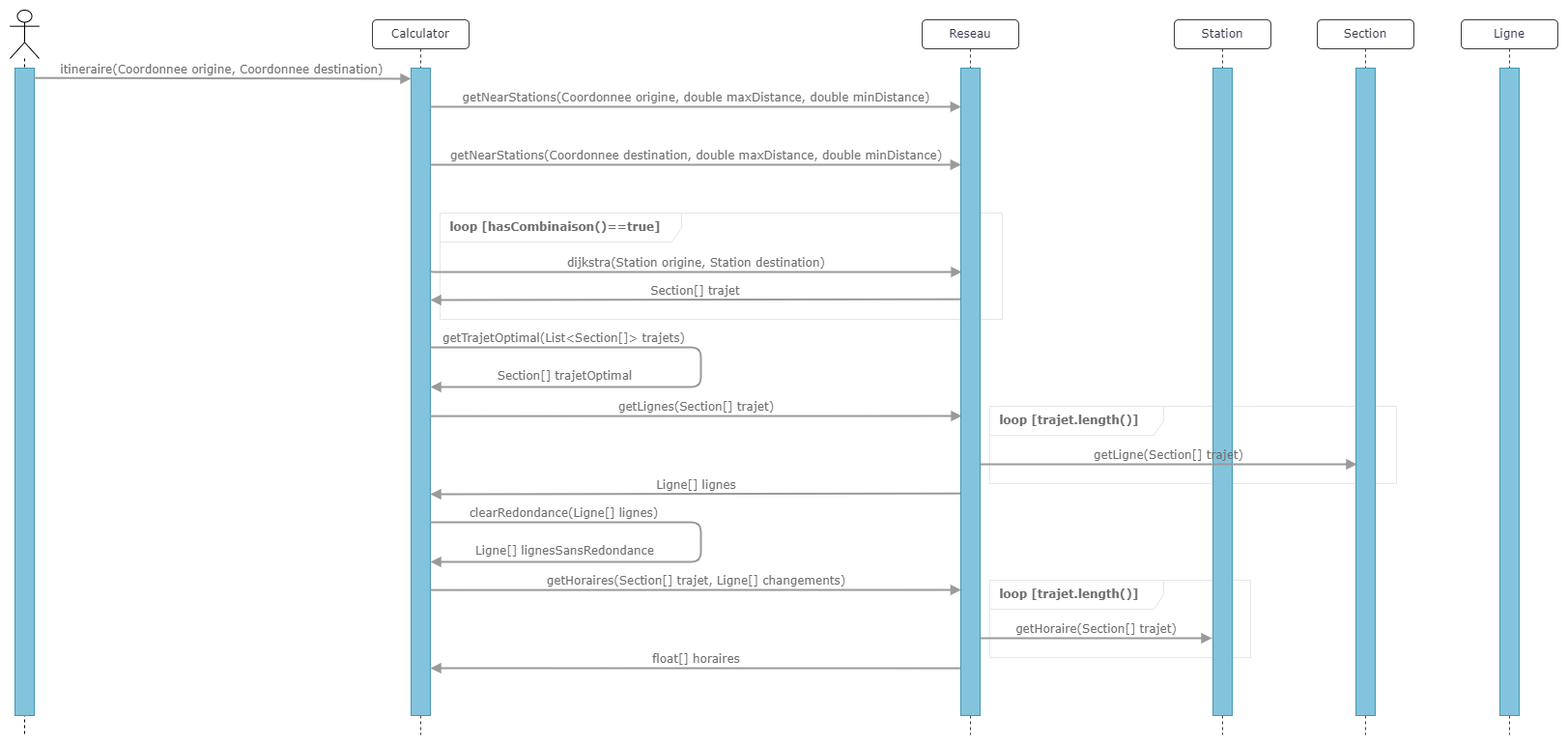
DanyHamimi/MapMyWay keeps this draw.io diagram as Diagrammes/Calcul itinéraire.png. Above is the earlier version. Source tidied: cells renumbered, new cells last; positions are measured from the earlier drawing's top-left corner, leaving out a move shared by most shapes.
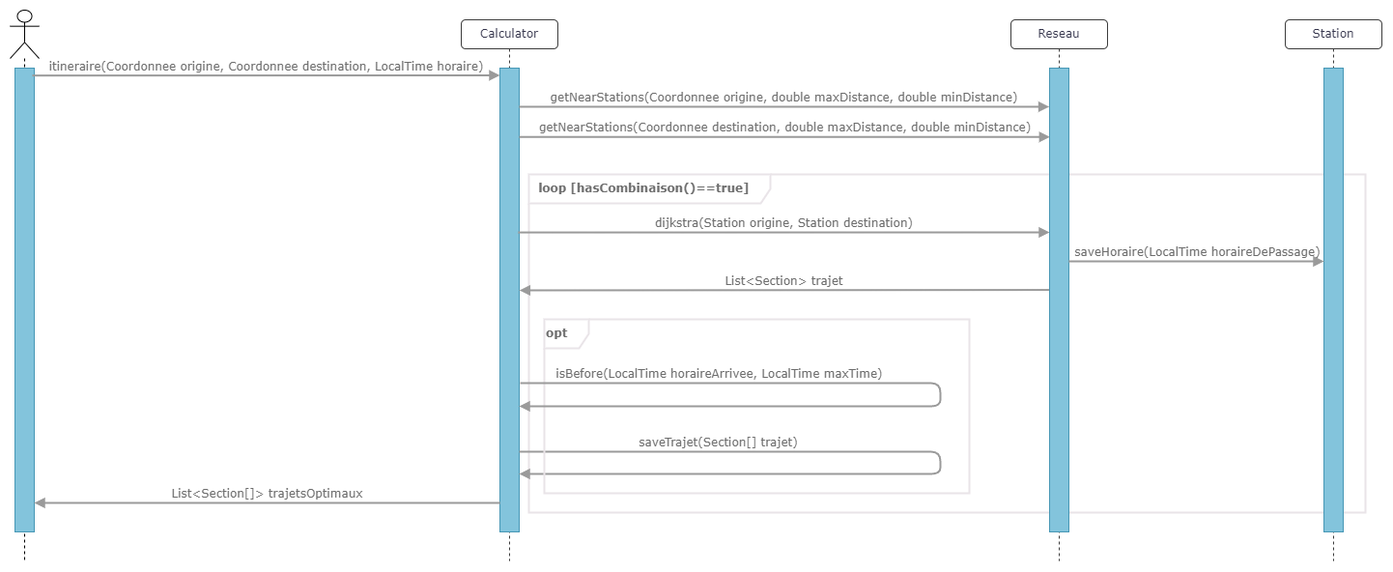
Above is the later version.

Commit message:
Update diagrammes de séquence

Diff of the diagram source:
```diff
@@ -2,140 +2,93 @@
   <root>
     <mxCell id="0" />
     <mxCell id="1" parent="0" />
-    <mxCell id="2" value="&lt;b&gt;&amp;nbsp; loop [trajet.length()]&lt;/b&gt;" style="shape=umlFrame;whiteSpace=wrap;html=1;rounded=1;labelBackgroundColor=none;width=180;height=30;strokeColor=#e9e4e8;fontColor=#6d6d6d;align=left;fontFamily=Verdana;" parent="1" vertex="1">
-      <mxGeometry x="1014" y="590" width="270" height="80" as="geometry" />
-    </mxCell>
-    <mxCell id="3" value="&lt;b&gt;&amp;nbsp; loop [hasCombinaison()==true]&lt;/b&gt;" style="shape=umlFrame;whiteSpace=wrap;html=1;rounded=1;labelBackgroundColor=none;width=250;height=30;strokeColor=#e9e4e8;fontColor=#6d6d6d;align=left;fontFamily=Verdana;" parent="1" vertex="1">
-      <mxGeometry x="445" y="210" width="582" height="110" as="geometry" />
+    <mxCell id="3" value="&lt;b&gt;&amp;nbsp; loop [hasCombinaison()==true]&lt;/b&gt;" style="shape=umlFrame;whiteSpace=wrap;html=1;rounded=1;labelBackgroundColor=none;width=250;height=30;strokeColor=#e9e4e8;fontColor=#6d6d6d;align=left;fontFamily=Verdana;strokeWidth=2;" parent="1" vertex="1">
+      <mxGeometry x="499" y="170" width="866" height="350" as="geometry" />
     </mxCell>
     <mxCell id="4" value="Reseau" style="shape=umlLifeline;perimeter=lifelinePerimeter;whiteSpace=wrap;html=1;rounded=1;shadow=0;comic=0;labelBackgroundColor=none;strokeWidth=1;fontFamily=Verdana;fontSize=12;align=center;size=30;strokeColor=#3c3c3c;fontColor=#35354c;" parent="1" vertex="1">
-      <mxGeometry x="944" y="10" width="100" height="740" as="geometry" />
+      <mxGeometry x="998" y="10" width="100" height="560" as="geometry" />
     </mxCell>
     <mxCell id="5" value="Station" style="shape=umlLifeline;perimeter=lifelinePerimeter;whiteSpace=wrap;html=1;rounded=1;shadow=0;comic=0;labelBackgroundColor=none;strokeWidth=1;fontFamily=Verdana;fontSize=12;align=center;size=30;fontColor=#35354c;strokeColor=#3c3c3c;" parent="1" vertex="1">
-      <mxGeometry x="1205" y="10" width="100" height="740" as="geometry" />
+      <mxGeometry x="1282" y="10" width="100" height="560" as="geometry" />
     </mxCell>
-    <mxCell id="6" value="&lt;b&gt;&amp;nbsp; loop [trajet.length()]&lt;/b&gt;" style="shape=umlFrame;whiteSpace=wrap;html=1;rounded=1;labelBackgroundColor=none;width=180;height=30;strokeColor=#e9e4e8;fontColor=#6d6d6d;align=left;fontFamily=Verdana;" parent="5" vertex="1">
-      <mxGeometry x="-191" y="400" width="421" height="80" as="geometry" />
-    </mxCell>
     <mxCell id="7" style="html=1;points=[];perimeter=orthogonalPerimeter;rounded=0;shadow=0;comic=0;labelBackgroundColor=none;strokeWidth=1;fontFamily=Verdana;fontSize=12;align=center;fillColor=#83c4dc;strokeColor=#4697b5;fontColor=default;glass=0;" parent="5" vertex="1">
-      <mxGeometry x="40" y="50" width="20" height="670" as="geometry" />
+      <mxGeometry x="40" y="50" width="20" height="480" as="geometry" />
     </mxCell>
-    <mxCell id="8" value="getLigne(Section[] trajet)" style="html=1;verticalAlign=bottom;endArrow=block;labelBackgroundColor=none;fontFamily=Verdana;fontSize=12;edgeStyle=elbowEdgeStyle;elbow=vertical;strokeColor=#9a9a9a;fontColor=#6d6d6d;fillColor=#bac8d3;strokeWidth=2;" parent="5" edge="1">
-      <mxGeometry relative="1" as="geometry">
-        <mxPoint x="-201" y="460" as="sourcePoint" />
-        <mxPoint x="189" y="460" as="targetPoint" />
-      </mxGeometry>
-    </mxCell>
-    <mxCell id="9" value="Ligne" style="shape=umlLifeline;perimeter=lifelinePerimeter;whiteSpace=wrap;html=1;rounded=1;shadow=0;comic=0;labelBackgroundColor=none;strokeWidth=1;fontFamily=Verdana;fontSize=12;align=center;size=30;strokeColor=#3c3c3c;fontColor=#35354c;" parent="1" vertex="1">
-      <mxGeometry x="1502" y="10" width="100" height="740" as="geometry" />
-    </mxCell>
-    <mxCell id="10" value="Section" style="shape=umlLifeline;perimeter=lifelinePerimeter;whiteSpace=wrap;html=1;rounded=1;shadow=0;comic=0;labelBackgroundColor=none;strokeWidth=1;fontFamily=Verdana;fontSize=12;align=center;size=30;strokeColor=#3c3c3c;fontColor=#35354c;" parent="1" vertex="1">
-      <mxGeometry x="1353" y="10" width="100" height="740" as="geometry" />
-    </mxCell>
     <mxCell id="11" value="Calculator" style="shape=umlLifeline;perimeter=lifelinePerimeter;whiteSpace=wrap;html=1;rounded=1;shadow=0;comic=0;labelBackgroundColor=none;strokeWidth=1;fontFamily=Verdana;fontSize=12;align=center;size=30;strokeColor=#3c3c3c;fontColor=#35354c;" parent="1" vertex="1">
-      <mxGeometry x="375" y="10" width="100" height="740" as="geometry" />
+      <mxGeometry x="429" y="10" width="100" height="560" as="geometry" />
     </mxCell>
     <mxCell id="12" style="html=1;points=[];perimeter=orthogonalPerimeter;rounded=0;shadow=0;comic=0;labelBackgroundColor=none;strokeWidth=1;fontFamily=Verdana;fontSize=12;align=center;fillColor=#83c4dc;strokeColor=#4697b5;glass=0;" parent="11" vertex="1">
-      <mxGeometry x="40" y="50" width="20" height="670" as="geometry" />
+      <mxGeometry x="40" y="50" width="20" height="480" as="geometry" />
     </mxCell>
-    <mxCell id="13" value="getTrajetOptimal(List&amp;lt;Section[]&amp;gt; trajets)" style="html=1;verticalAlign=bottom;endArrow=block;labelBackgroundColor=none;fontFamily=Verdana;fontSize=12;edgeStyle=orthogonalEdgeStyle;elbow=vertical;strokeColor=#9a9a9a;fontColor=#6d6d6d;fillColor=#bac8d3;strokeWidth=2;" parent="11" edge="1" source="12">
+    <mxCell id="13" value="saveTrajet(Section[] trajet)" style="html=1;verticalAlign=bottom;endArrow=block;labelBackgroundColor=none;fontFamily=Verdana;fontSize=12;edgeStyle=orthogonalEdgeStyle;elbow=vertical;strokeColor=#9a9a9a;fontColor=#6d6d6d;fillColor=#bac8d3;strokeWidth=2;" parent="11" edge="1" target="12">
       <mxGeometry x="-0.54" relative="1" as="geometry">
-        <mxPoint x="60" y="380" as="targetPoint" />
+        <mxPoint x="60" y="447" as="sourcePoint" />
         <Array as="points">
-          <mxPoint x="340" y="339" />
-          <mxPoint x="340" y="380" />
+          <mxPoint x="496" y="447" />
+          <mxPoint x="496" y="470" />
         </Array>
       </mxGeometry>
     </mxCell>
-    <mxCell id="14" value="Section[] trajetOptimal" style="edgeLabel;html=1;align=center;verticalAlign=bottom;fontSize=12;fontFamily=Verdana;fontColor=#6d6d6d;labelBackgroundColor=none;" parent="13" vertex="1">
-      <mxGeometry x="0.43" y="2" relative="1" as="geometry">
-        <mxPoint x="-32" y="-5" as="offset" />
-      </mxGeometry>
-    </mxCell>
-    <mxCell id="15" style="html=1;perimeter=orthogonalPerimeter;rounded=0;shadow=0;comic=0;labelBackgroundColor=none;strokeWidth=1;fontFamily=Verdana;fontSize=12;align=center;fillColor=#83c4dc;strokeColor=#4697b5;fontColor=default;glass=0;" parent="1" vertex="1">
-      <mxGeometry x="1542" y="60" width="20" height="670" as="geometry" />
-    </mxCell>
-    <mxCell id="16" style="html=1;perimeter=orthogonalPerimeter;rounded=0;shadow=0;comic=0;labelBackgroundColor=none;strokeWidth=1;fontFamily=Verdana;fontSize=12;align=center;fillColor=#83c4dc;strokeColor=#4697b5;fontColor=default;glass=0;" parent="1" vertex="1">
-      <mxGeometry x="1393" y="60" width="20" height="670" as="geometry" />
-    </mxCell>
-    <mxCell id="17" value="getNearStations(Coordonnee origine, double maxDistance, double minDistance)" style="html=1;verticalAlign=bottom;endArrow=block;labelBackgroundColor=none;fontFamily=Verdana;fontSize=12;edgeStyle=elbowEdgeStyle;elbow=vertical;strokeColor=#9a9a9a;fontColor=#6d6d6d;fillColor=#bac8d3;strokeWidth=2;entryX=0.019;entryY=0.06;entryDx=0;entryDy=0;entryPerimeter=0;" parent="1" edge="1" target="31">
+    <mxCell id="17" value="getNearStations(Coordonnee origine, double maxDistance, double minDistance)" style="html=1;verticalAlign=bottom;endArrow=block;labelBackgroundColor=none;fontFamily=Verdana;fontSize=12;edgeStyle=elbowEdgeStyle;elbow=vertical;strokeColor=#9a9a9a;fontColor=#6d6d6d;fillColor=#bac8d3;strokeWidth=2;entryX=-0.022;entryY=0.083;entryDx=0;entryDy=0;entryPerimeter=0;" parent="1" edge="1" target="31">
       <mxGeometry relative="1" as="geometry">
-        <mxPoint x="435" y="100" as="sourcePoint" />
+        <mxPoint x="489" y="100" as="sourcePoint" />
         <Array as="points">
-          <mxPoint x="775" y="100" />
+          <mxPoint x="829" y="100" />
         </Array>
       </mxGeometry>
     </mxCell>
-    <mxCell id="18" value="dijkstra(Station origine, Station destination)" style="html=1;verticalAlign=bottom;endArrow=block;labelBackgroundColor=none;fontFamily=Verdana;fontSize=12;edgeStyle=elbowEdgeStyle;elbow=vertical;strokeColor=#9a9a9a;fontColor=#6d6d6d;fillColor=#bac8d3;strokeWidth=2;entryX=0.053;entryY=0.315;entryDx=0;entryDy=0;entryPerimeter=0;" parent="1" edge="1" target="31">
+    <mxCell id="18" value="dijkstra(Station origine, Station destination)" style="html=1;verticalAlign=bottom;endArrow=block;labelBackgroundColor=none;fontFamily=Verdana;fontSize=12;edgeStyle=elbowEdgeStyle;elbow=vertical;strokeColor=#9a9a9a;fontColor=#6d6d6d;fillColor=#bac8d3;strokeWidth=2;entryX=0.053;entryY=0.315;entryDx=0;entryDy=0;entryPerimeter=0;" parent="1" edge="1">
       <mxGeometry relative="1" as="geometry">
-        <mxPoint x="435" y="270" as="sourcePoint" />
+        <mxPoint x="487.9" y="230.1" as="sourcePoint" />
+        <mxPoint x="1038" y="230.1" as="targetPoint" />
       </mxGeometry>
     </mxCell>
     <mxCell id="19" style="shape=umlLifeline;perimeter=lifelinePerimeter;newEdgeStyle={&quot;edgeStyle&quot;:&quot;elbowEdgeStyle&quot;,&quot;elbow&quot;:&quot;vertical&quot;,&quot;curved&quot;:0,&quot;rounded&quot;:0};participant=umlActor;fontFamily=Verdana;size=50;verticalAlign=bottom;whiteSpace=wrap;html=1;spacing=0;spacingLeft=0;spacingBottom=-20;" parent="1" vertex="1">
-      <mxGeometry width="30" height="750" as="geometry" />
+      <mxGeometry x="-38" width="30" height="570" as="geometry" />
     </mxCell>
     <mxCell id="20" style="html=1;points=[];perimeter=orthogonalPerimeter;rounded=0;shadow=0;comic=0;labelBackgroundColor=none;strokeWidth=1;fontFamily=Verdana;fontSize=12;align=center;fillColor=#83c4dc;strokeColor=#4697b5;glass=0;" parent="1" vertex="1">
-      <mxGeometry x="5" y="60" width="20" height="670" as="geometry" />
+      <mxGeometry x="-33" y="60" width="20" height="480" as="geometry" />
     </mxCell>
-    <mxCell id="21" value="itineraire(Coordonnee origine, Coordonnee destination)" style="html=1;verticalAlign=bottom;endArrow=block;labelBackgroundColor=none;fontFamily=Verdana;fontSize=12;edgeStyle=elbowEdgeStyle;elbow=vertical;strokeColor=#9a9a9a;fontColor=#6d6d6d;fillColor=#bac8d3;strokeWidth=2;" parent="1" edge="1">
-      <mxGeometry relative="1" as="geometry">
-        <mxPoint x="25" y="70.2" as="sourcePoint" />
-        <mxPoint x="415" y="71" as="targetPoint" />
-      </mxGeometry>
+    <mxCell id="21" value="itineraire(Coordonnee origine, Coordonnee destination, LocalTime horaire)" style="html=1;verticalAlign=bottom;endArrow=block;labelBackgroundColor=none;fontFamily=Verdana;fontSize=12;edgeStyle=elbowEdgeStyle;elbow=vertical;strokeColor=#9a9a9a;fontColor=#6d6d6d;fillColor=#bac8d3;strokeWidth=2;exitX=0.9;exitY=0.016;exitDx=0;exitDy=0;exitPerimeter=0;" parent="1" edge="1" source="20" target="12">
+      <mxGeometry relative="1" as="geometry" />
     </mxCell>
-    <mxCell id="22" value="getNearStations(Coordonnee destination, double maxDistance, double minDistance)" style="html=1;verticalAlign=bottom;endArrow=block;labelBackgroundColor=none;fontFamily=Verdana;fontSize=12;edgeStyle=elbowEdgeStyle;elbow=vertical;strokeColor=#9a9a9a;fontColor=#6d6d6d;fillColor=#bac8d3;strokeWidth=2;entryX=0.019;entryY=0.148;entryDx=0;entryDy=0;entryPerimeter=0;" parent="1" edge="1" target="31">
-      <mxGeometry relative="1" as="geometry">
-        <mxPoint x="435" y="160" as="sourcePoint" />
-      </mxGeometry>
+    <mxCell id="22" value="getNearStations(Coordonnee destination, double maxDistance, double minDistance)" style="html=1;verticalAlign=bottom;endArrow=block;labelBackgroundColor=none;fontFamily=Verdana;fontSize=12;edgeStyle=elbowEdgeStyle;elbow=vertical;strokeColor=#9a9a9a;fontColor=#6d6d6d;fillColor=#bac8d3;strokeWidth=2;entryX=0.019;entryY=0.148;entryDx=0;entryDy=0;entryPerimeter=0;" parent="1" edge="1" source="12" target="31">
+      <mxGeometry relative="1" as="geometry" />
     </mxCell>
-    <mxCell id="23" value="Section[] trajet" style="html=1;verticalAlign=bottom;endArrow=block;labelBackgroundColor=none;fontFamily=Verdana;fontSize=12;edgeStyle=elbowEdgeStyle;elbow=vertical;strokeColor=#9a9a9a;fontColor=#6d6d6d;fillColor=#bac8d3;strokeWidth=2;exitX=-0.016;exitY=0.357;exitDx=0;exitDy=0;exitPerimeter=0;" parent="1" edge="1" source="31">
+    <mxCell id="23" value="List&amp;lt;Section&amp;gt; trajet" style="html=1;verticalAlign=bottom;endArrow=block;labelBackgroundColor=none;fontFamily=Verdana;fontSize=12;edgeStyle=elbowEdgeStyle;elbow=vertical;strokeColor=#9a9a9a;fontColor=#6d6d6d;fillColor=#bac8d3;strokeWidth=2;exitX=-0.016;exitY=0.357;exitDx=0;exitDy=0;exitPerimeter=0;" parent="1" edge="1">
       <mxGeometry relative="1" as="geometry">
-        <mxPoint x="435" y="300" as="targetPoint" />
+        <mxPoint x="1038" y="289.6" as="sourcePoint" />
+        <mxPoint x="489.3" y="290.4" as="targetPoint" />
       </mxGeometry>
     </mxCell>
-    <mxCell id="24" value="getLignes(Section[] trajet)" style="html=1;verticalAlign=bottom;endArrow=block;labelBackgroundColor=none;fontFamily=Verdana;fontSize=12;edgeStyle=elbowEdgeStyle;elbow=vertical;strokeColor=#9a9a9a;fontColor=#6d6d6d;fillColor=#bac8d3;strokeWidth=2;exitX=1.025;exitY=0.467;exitDx=0;exitDy=0;exitPerimeter=0;entryX=0.053;entryY=0.538;entryDx=0;entryDy=0;entryPerimeter=0;" parent="1" edge="1" target="31">
-      <mxGeometry relative="1" as="geometry">
-        <mxPoint x="435" y="420.1" as="sourcePoint" />
-      </mxGeometry>
-    </mxCell>
-    <mxCell id="25" value="Ligne[] lignes" style="html=1;verticalAlign=bottom;endArrow=block;labelBackgroundColor=none;fontFamily=Verdana;fontSize=12;edgeStyle=elbowEdgeStyle;elbow=vertical;strokeColor=#9a9a9a;fontColor=#6d6d6d;fillColor=#bac8d3;strokeWidth=2;exitX=0.019;exitY=0.657;exitDx=0;exitDy=0;exitPerimeter=0;" parent="1" edge="1" source="31">
-      <mxGeometry relative="1" as="geometry">
-        <mxPoint x="435" y="501" as="targetPoint" />
-      </mxGeometry>
-    </mxCell>
-    <mxCell id="26" value="getHoraire(Section[] trajet)" style="html=1;verticalAlign=bottom;endArrow=block;labelBackgroundColor=none;fontFamily=Verdana;fontSize=12;edgeStyle=elbowEdgeStyle;elbow=vertical;strokeColor=#9a9a9a;fontColor=#6d6d6d;fillColor=#bac8d3;strokeWidth=2;" parent="1" edge="1">
-      <mxGeometry relative="1" as="geometry">
-        <mxPoint x="1004" y="650" as="sourcePoint" />
-        <mxPoint x="1244" y="650" as="targetPoint" />
-      </mxGeometry>
-    </mxCell>
-    <mxCell id="27" value="getHoraires(Section[] trajet, Ligne[] changements)" style="html=1;verticalAlign=bottom;endArrow=block;labelBackgroundColor=none;fontFamily=Verdana;fontSize=12;edgeStyle=elbowEdgeStyle;elbow=vertical;strokeColor=#9a9a9a;fontColor=#6d6d6d;fillColor=#bac8d3;strokeWidth=2;exitX=1.025;exitY=0.467;exitDx=0;exitDy=0;exitPerimeter=0;entryX=0.019;entryY=0.806;entryDx=0;entryDy=0;entryPerimeter=0;" parent="1" edge="1" target="31">
-      <mxGeometry relative="1" as="geometry">
-        <mxPoint x="435" y="600.1" as="sourcePoint" />
-      </mxGeometry>
-    </mxCell>
-    <mxCell id="28" value="float[] horaires" style="html=1;verticalAlign=bottom;endArrow=block;labelBackgroundColor=none;fontFamily=Verdana;fontSize=12;edgeStyle=elbowEdgeStyle;elbow=vertical;strokeColor=#9a9a9a;fontColor=#6d6d6d;fillColor=#bac8d3;strokeWidth=2;exitX=-0.016;exitY=0.927;exitDx=0;exitDy=0;exitPerimeter=0;" parent="1" edge="1" source="31">
+    <mxCell id="28" value="List&amp;lt;Section[]&amp;gt; trajetsOptimaux" style="html=1;verticalAlign=bottom;endArrow=block;labelBackgroundColor=none;fontFamily=Verdana;fontSize=12;edgeStyle=elbowEdgeStyle;elbow=vertical;strokeColor=#9a9a9a;fontColor=#6d6d6d;fillColor=#bac8d3;strokeWidth=2;" parent="1" edge="1" source="12" target="20">
       <mxGeometry relative="1" as="geometry">
-        <mxPoint x="435" y="681" as="targetPoint" />
+        <Array as="points">
+          <mxPoint x="385" y="510" />
+        </Array>
       </mxGeometry>
     </mxCell>
-    <mxCell id="29" value="clearRedondance(Ligne[] lignes)" style="html=1;verticalAlign=bottom;endArrow=block;labelBackgroundColor=none;fontFamily=Verdana;fontSize=12;edgeStyle=orthogonalEdgeStyle;elbow=vertical;strokeColor=#9a9a9a;fontColor=#6d6d6d;fillColor=#bac8d3;strokeWidth=2;" parent="1" edge="1">
-      <mxGeometry x="-0.54" relative="1" as="geometry">
-        <mxPoint x="435" y="530" as="sourcePoint" />
-        <mxPoint x="435" y="571" as="targetPoint" />
-        <Array as="points">
-          <mxPoint x="715" y="530" />
-          <mxPoint x="715" y="571" />
-        </Array>
-      </mxGeometry>
-    </mxCell>
-    <mxCell id="30" value="Ligne[] lignesSansRedondance" style="edgeLabel;html=1;align=center;verticalAlign=bottom;fontSize=12;fontFamily=Verdana;fontColor=#6d6d6d;labelBackgroundColor=none;" parent="29" vertex="1">
-      <mxGeometry x="0.43" y="2" relative="1" as="geometry">
-        <mxPoint x="-32" y="-5" as="offset" />
-      </mxGeometry>
-    </mxCell>
     <mxCell id="31" style="html=1;points=[];perimeter=orthogonalPerimeter;rounded=0;shadow=0;comic=0;labelBackgroundColor=none;strokeWidth=1;fontFamily=Verdana;fontSize=12;align=center;fillColor=#83c4dc;strokeColor=#4697b5;fontColor=default;glass=0;" parent="1" vertex="1">
-      <mxGeometry x="984" y="60" width="20" height="670" as="geometry" />
+      <mxGeometry x="1038" y="60" width="20" height="480" as="geometry" />
     </mxCell>
+    <mxCell id="32" value="&lt;b&gt;opt&lt;/b&gt;" style="shape=umlFrame;whiteSpace=wrap;html=1;rounded=1;labelBackgroundColor=none;width=46;height=30;strokeColor=#e9e4e8;fontColor=#6d6d6d;align=left;fontFamily=Verdana;strokeWidth=2;" parent="1" vertex="1">
+      <mxGeometry x="515" y="320" width="440" height="180" as="geometry" />
+    </mxCell>
+    <mxCell id="33" value="isBefore(LocalTime horaireArrivee, LocalTime maxTime)" style="html=1;verticalAlign=bottom;endArrow=block;labelBackgroundColor=none;fontFamily=Verdana;fontSize=12;edgeStyle=orthogonalEdgeStyle;elbow=vertical;strokeColor=#9a9a9a;fontColor=#6d6d6d;fillColor=#bac8d3;strokeWidth=2;" parent="1" edge="1" target="12">
+      <mxGeometry x="-0.54" relative="1" as="geometry">
+        <mxPoint x="490" y="386" as="sourcePoint" />
+        <Array as="points">
+          <mxPoint x="925" y="386" />
+          <mxPoint x="925" y="410" />
+        </Array>
+      </mxGeometry>
+    </mxCell>
+    <mxCell id="34" value="saveHoraire(LocalTime horaireDePassage)" style="html=1;verticalAlign=bottom;endArrow=block;labelBackgroundColor=none;fontFamily=Verdana;fontSize=12;edgeStyle=elbowEdgeStyle;elbow=vertical;strokeColor=#9a9a9a;fontColor=#6d6d6d;fillColor=#bac8d3;strokeWidth=2;" parent="1" edge="1" source="31" target="7">
+      <mxGeometry relative="1" as="geometry">
+        <Array as="points">
+          <mxPoint x="1235" y="260" />
+        </Array>
+      </mxGeometry>
+    </mxCell>
   </root>
 </mxGraphModel>
```
